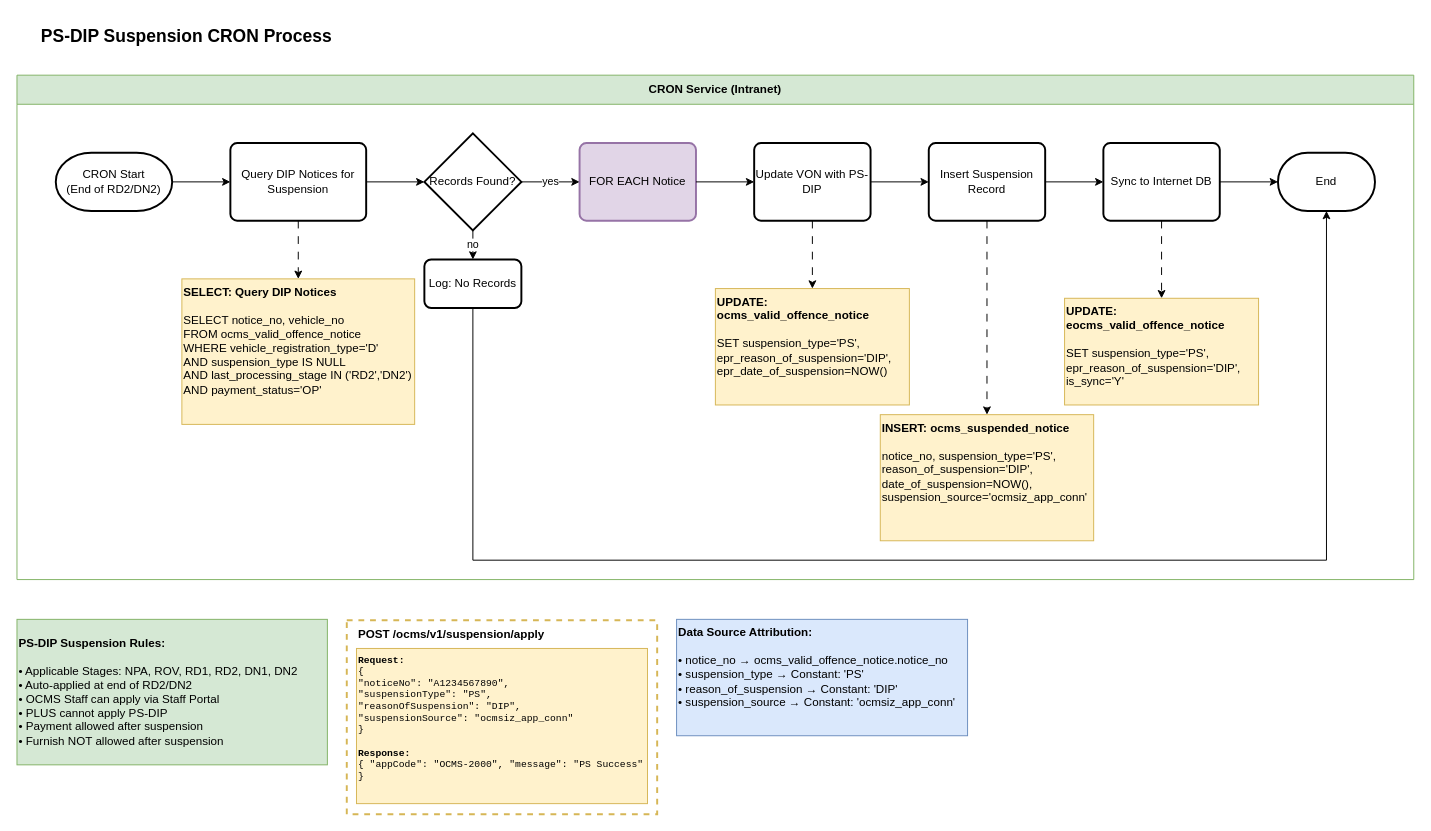
The draw.io diagram page "Section_5_PS_DIP_Suspension" (5 of 5) of OCMS 14/Section 5/OCMS14-Technical_Flowchart_Section_5.drawio in rafifmgg/techdoc, before the edit. Source tidied: cells renumbered, new cells numbered last; positions are measured from the earlier drawing's top-left corner, leaving out a move shared by most shapes. Both pictures are drawn from the tidied source at 97%, with x=0, y=0 at pixel (16, 16).
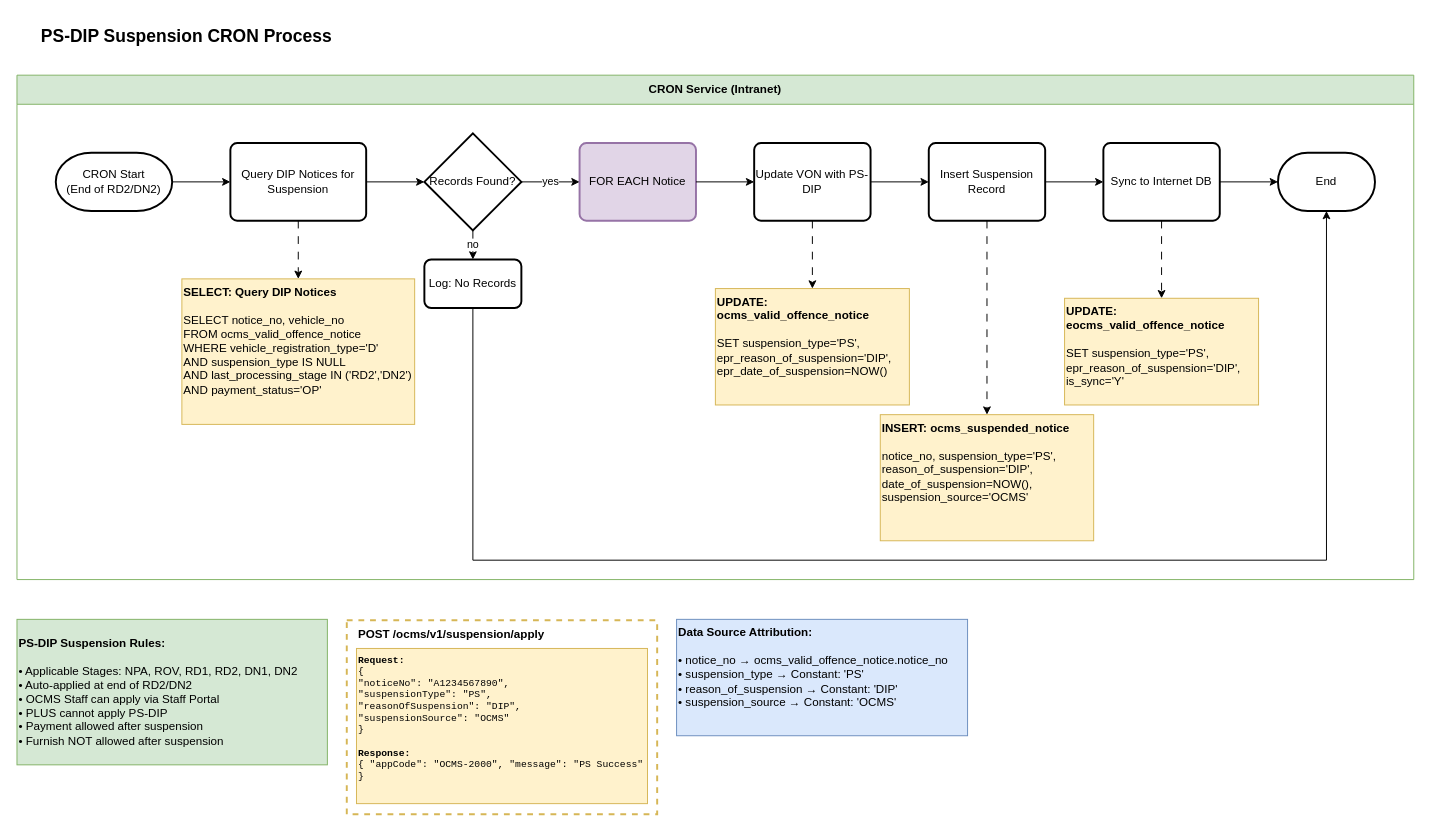
Above is the later version.

Unchanged cells that the change refers to:
```xml
<mxCell id="3" value="CRON Service (Intranet)" style="swimlane;whiteSpace=wrap;html=1;fillColor=#d5e8d4;strokeColor=#82b366;startSize=30;" parent="1" vertex="1">
  <mxGeometry y="60" width="1440" height="520" as="geometry" />
</mxCell>
```

Change to the diagram source:
```diff
@@
-    <mxCell id="26" value="&lt;b&gt;INSERT: ocms_suspended_notice&lt;/b&gt;&lt;br&gt;&lt;br&gt;notice_no, suspension_type='PS',&lt;br&gt;reason_of_suspension='DIP',&lt;br&gt;date_of_suspension=NOW(),&lt;br&gt;suspension_source='ocmsiz_app_conn'" style="text;html=1;whiteSpace=wrap;strokeColor=#d6b656;fillColor=#fff2cc;align=left;verticalAlign=top;rounded=0;" parent="3" vertex="1">
+    <mxCell id="26" value="&lt;b&gt;INSERT: ocms_suspended_notice&lt;/b&gt;&lt;br&gt;&lt;br&gt;notice_no, suspension_type='PS',&lt;br&gt;reason_of_suspension='DIP',&lt;br&gt;date_of_suspension=NOW(),&lt;br&gt;suspension_source='OCMS'" style="text;html=1;whiteSpace=wrap;strokeColor=#d6b656;fillColor=#fff2cc;align=left;verticalAlign=top;rounded=0;" parent="3" vertex="1">
       <mxGeometry x="890" y="350" width="220" height="130" as="geometry" />
     </mxCell>
@@
-    <mxCell id="33" value="&lt;b&gt;Request:&lt;/b&gt;&lt;br&gt;{&lt;br&gt;  &quot;noticeNo&quot;: &quot;A1234567890&quot;,&lt;br&gt;  &quot;suspensionType&quot;: &quot;PS&quot;,&lt;br&gt;  &quot;reasonOfSuspension&quot;: &quot;DIP&quot;,&lt;br&gt;  &quot;suspensionSource&quot;: &quot;ocmsiz_app_conn&quot;&lt;br&gt;}&lt;br&gt;&lt;br&gt;&lt;b&gt;Response:&lt;/b&gt;&lt;br&gt;{ &quot;appCode&quot;: &quot;OCMS-2000&quot;, &quot;message&quot;: &quot;PS Success&quot; }" style="text;html=1;whiteSpace=wrap;strokeColor=#d6b656;fillColor=#fff2cc;align=left;verticalAlign=top;rounded=0;fontFamily=Courier New;fontSize=10;" parent="1" vertex="1">
+    <mxCell id="33" value="&lt;b&gt;Request:&lt;/b&gt;&lt;br&gt;{&lt;br&gt;  &quot;noticeNo&quot;: &quot;A1234567890&quot;,&lt;br&gt;  &quot;suspensionType&quot;: &quot;PS&quot;,&lt;br&gt;  &quot;reasonOfSuspension&quot;: &quot;DIP&quot;,&lt;br&gt;  &quot;suspensionSource&quot;: &quot;OCMS&quot;&lt;br&gt;}&lt;br&gt;&lt;br&gt;&lt;b&gt;Response:&lt;/b&gt;&lt;br&gt;{ &quot;appCode&quot;: &quot;OCMS-2000&quot;, &quot;message&quot;: &quot;PS Success&quot; }" style="text;html=1;whiteSpace=wrap;strokeColor=#d6b656;fillColor=#fff2cc;align=left;verticalAlign=top;rounded=0;fontFamily=Courier New;fontSize=10;" parent="1" vertex="1">
       <mxGeometry x="350" y="651" width="300" height="160" as="geometry" />
     </mxCell>
-    <mxCell id="34" value="&lt;b&gt;Data Source Attribution:&lt;/b&gt;&lt;br&gt;&lt;br&gt;• notice_no → ocms_valid_offence_notice.notice_no&lt;br&gt;• suspension_type → Constant: 'PS'&lt;br&gt;• reason_of_suspension → Constant: 'DIP'&lt;br&gt;• suspension_source → Constant: 'ocmsiz_app_conn'" style="text;html=1;whiteSpace=wrap;strokeColor=#6c8ebf;fillColor=#dae8fc;align=left;verticalAlign=top;rounded=0;" parent="1" vertex="1">
+    <mxCell id="34" value="&lt;b&gt;Data Source Attribution:&lt;/b&gt;&lt;br&gt;&lt;br&gt;• notice_no → ocms_valid_offence_notice.notice_no&lt;br&gt;• suspension_type → Constant: 'PS'&lt;br&gt;• reason_of_suspension → Constant: 'DIP'&lt;br&gt;• suspension_source → Constant: 'OCMS'" style="text;html=1;whiteSpace=wrap;strokeColor=#6c8ebf;fillColor=#dae8fc;align=left;verticalAlign=top;rounded=0;" parent="1" vertex="1">
       <mxGeometry x="680" y="621" width="300" height="120" as="geometry" />
     </mxCell>
```
